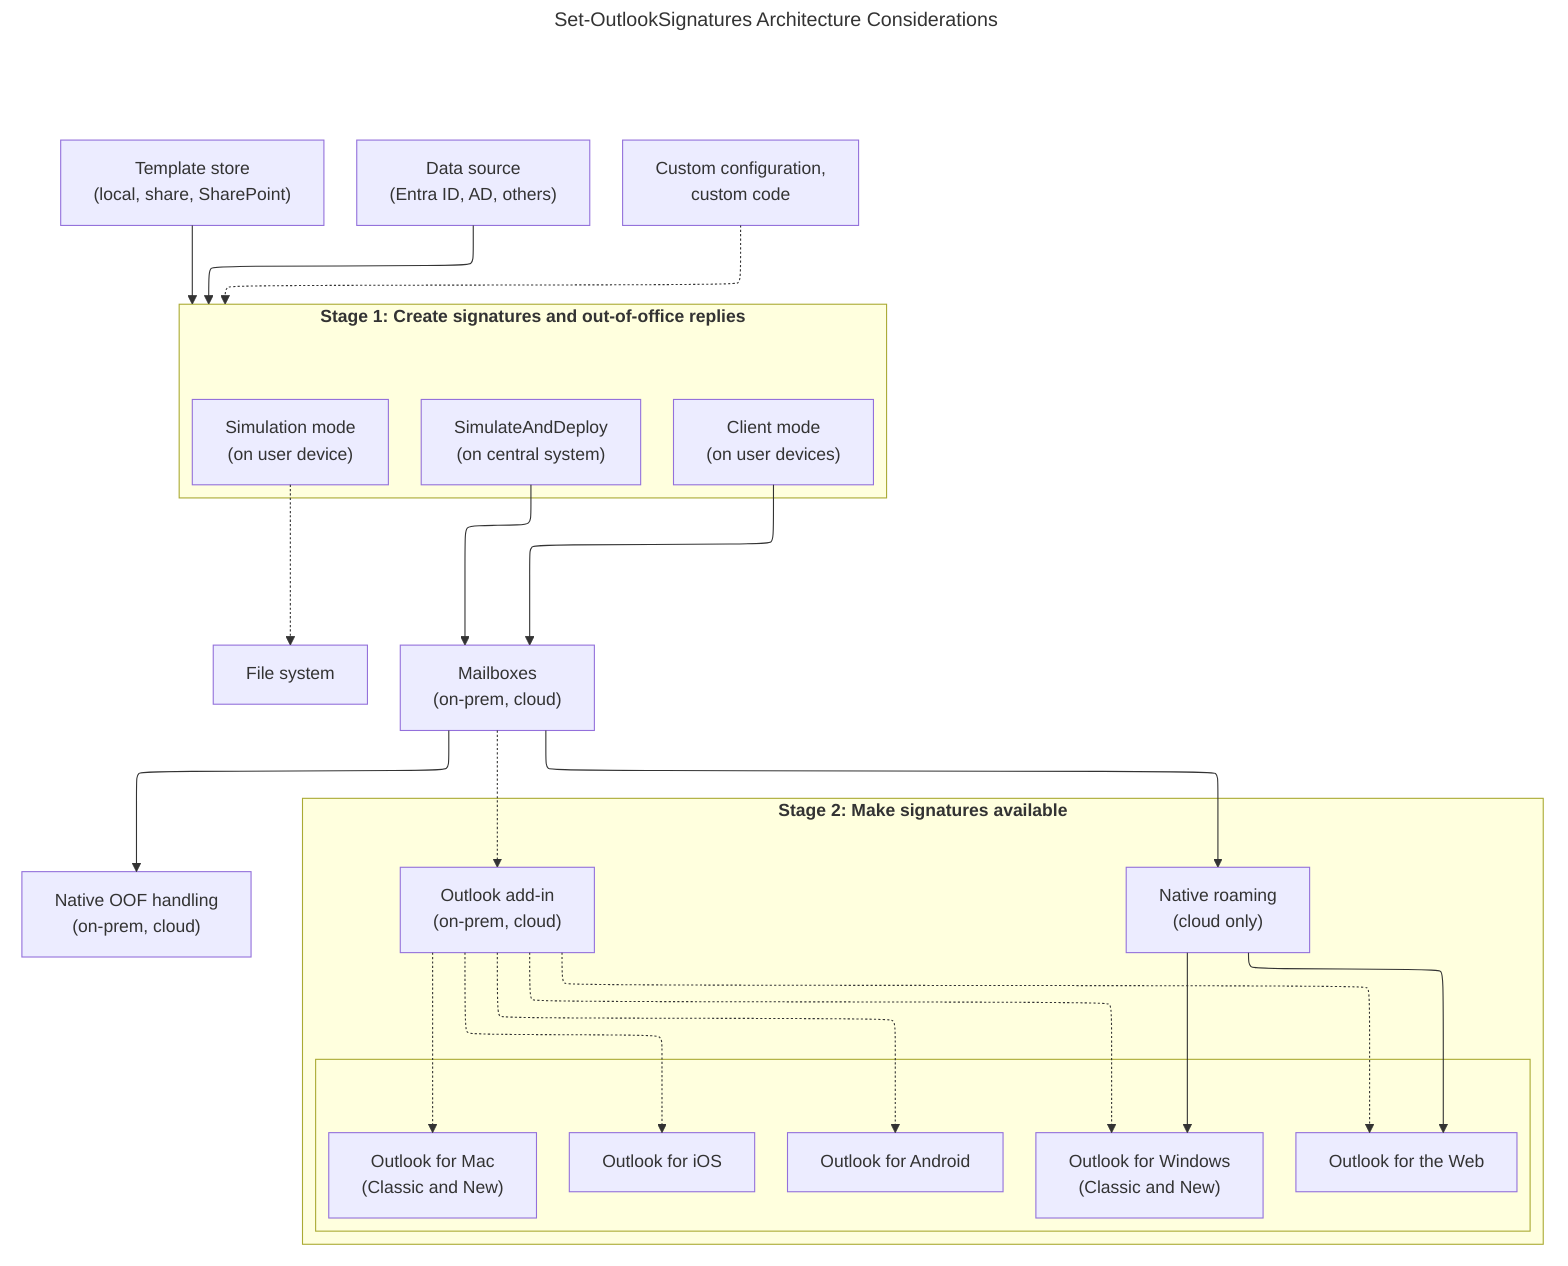
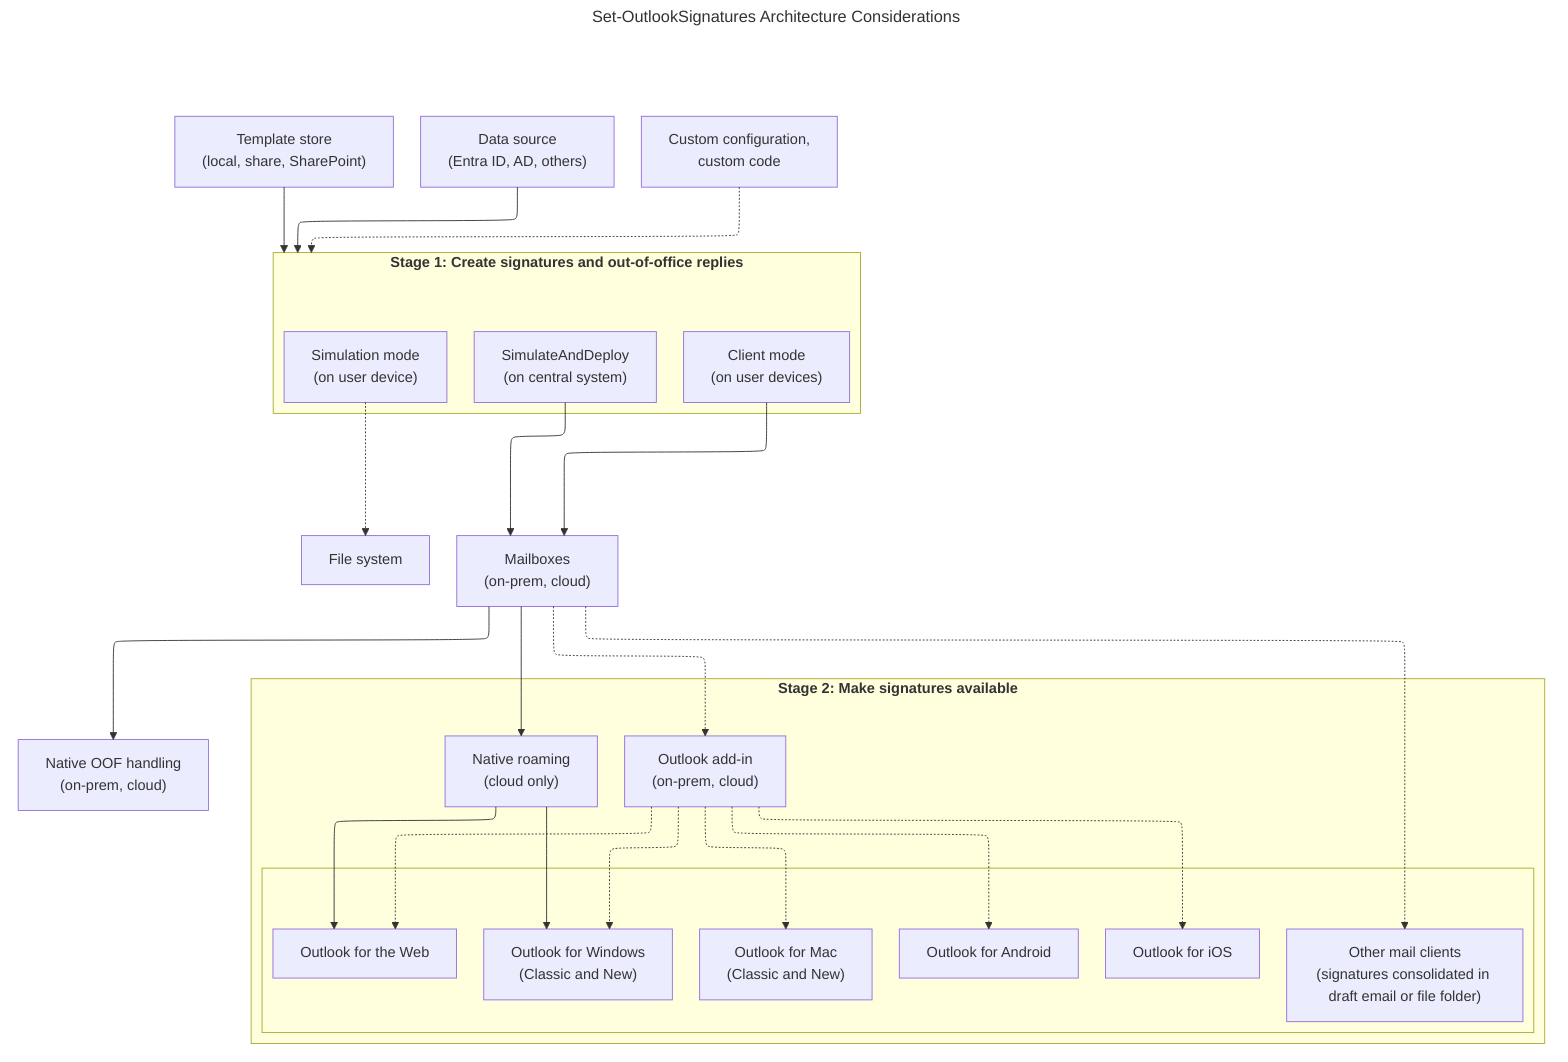
---
title: Set-OutlookSignatures Architecture Considerations
config:
  layout: elk
---
flowchart TB
    classDef invisible fill:none,stroke:none;

    %% --- INPUTS STAGE ---
    subgraph inputs [" "]
        direction TB
        templatestore["Template store<br/>(local, share, SharePoint)"]
        datasource["Data source<br/>(Entra ID, AD, others)"]
        config["Custom configuration,<br/>custom code"]
    end

    %% --- GENERATION STAGE ---
    subgraph gen ["<b>Stage 1: Create signatures and out-of-office replies</b>"]
        direction TB
        clientmode["Client mode<br>(on user devices)"]
        simulateanddeploy["SimulateAndDeploy<br>(on central system)"]
        simulate["Simulation mode<br>(on user device)"]
    end

    %% --- MIDDLEWARE / STORAGE ---
    subgraph mid [" "]
        direction TB
        mailbox["Mailboxes<br>(on-prem, cloud)"]
        filesystem["File system"]
    end

    %% --- AVAILABILITY STAGE ---
    subgraph avail ["<b>Stage 2: Make signatures available</b>"]
        direction TB
        roam["Native roaming<br>(cloud only)"]
        addin["Outlook add-in<br>(on-prem, cloud)"]

        subgraph outlookeditions [" "]
            direction TB
            WinOutlook["Outlook for Windows<br>(Classic and New)"]
            WebOutlook["Outlook for the Web"]
            Mac["Outlook for Mac<br>(Classic and New)"]
            iOS["Outlook for iOS"]
            Android["Outlook for Android"]
+             NonOutlook["Other mail clients<br>(signatures consolidated in draft email or file folder)"]
        end
    end

    %% --- OUT OF OFFICE HANDLING ---
    subgraph oofbox [" "]
        direction TB
        oof["Native OOF handling<br>(on-prem, cloud)"]
    end

    %% --- RELATIONSHIPS & FLOWS ---
    templatestore --> gen
    datasource --> gen
    config -.-> gen

    clientmode --> mailbox
    simulateanddeploy --> mailbox
    simulate -.-> filesystem

    mailbox --> roam
    mailbox --> oof
    mailbox -.-> addin
+     mailbox -.-> NonOutlook

    roam --> WinOutlook
    roam --> WebOutlook

    addin -.-> WinOutlook
    addin -.-> WebOutlook
    addin -.-> Mac
    addin -.-> iOS
    addin -.-> Android

    %% --- CLASS ASSIGNMENTS ---
    class oofbox invisible;
    class inputs invisible;
    class mid invisible;